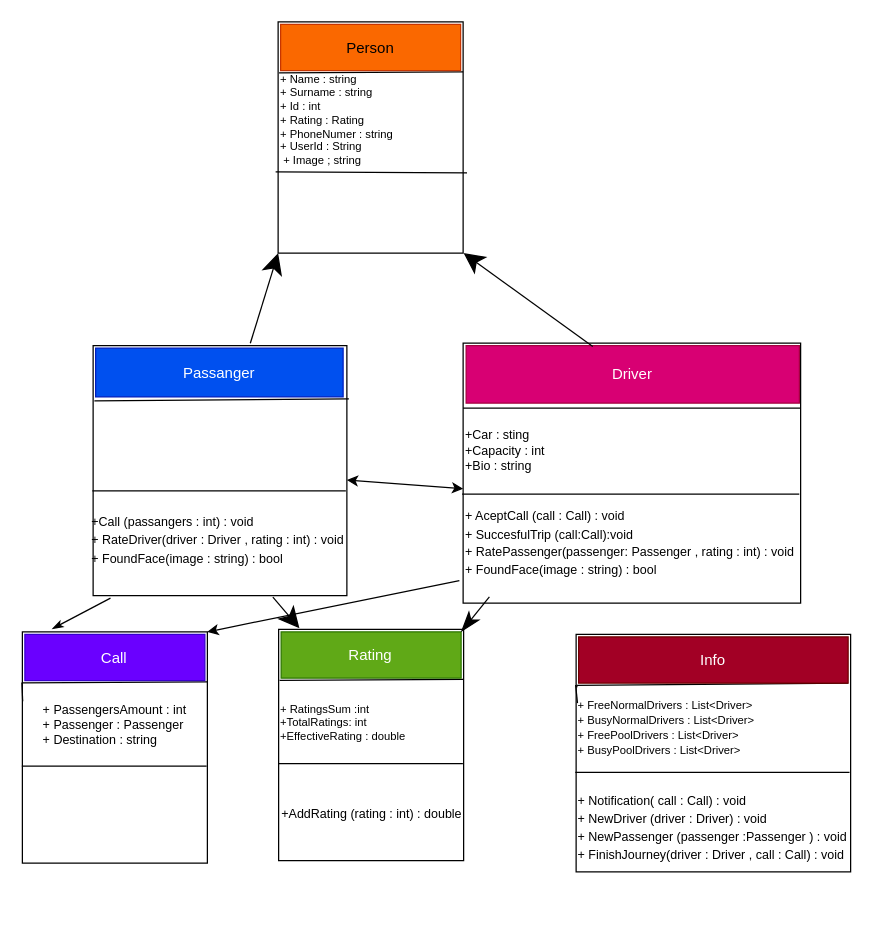
Earlier version of the draw.io diagram DiagramasUml.drawio (bugarin03/PII_TwitterApi). Source tidied: cells renumbered, new cells numbered last; positions are measured from the earlier drawing's top-left corner, leaving out a move shared by most shapes. Both pictures are drawn from the tidied source at 125%, with x=0, y=0 at pixel (21, 21).
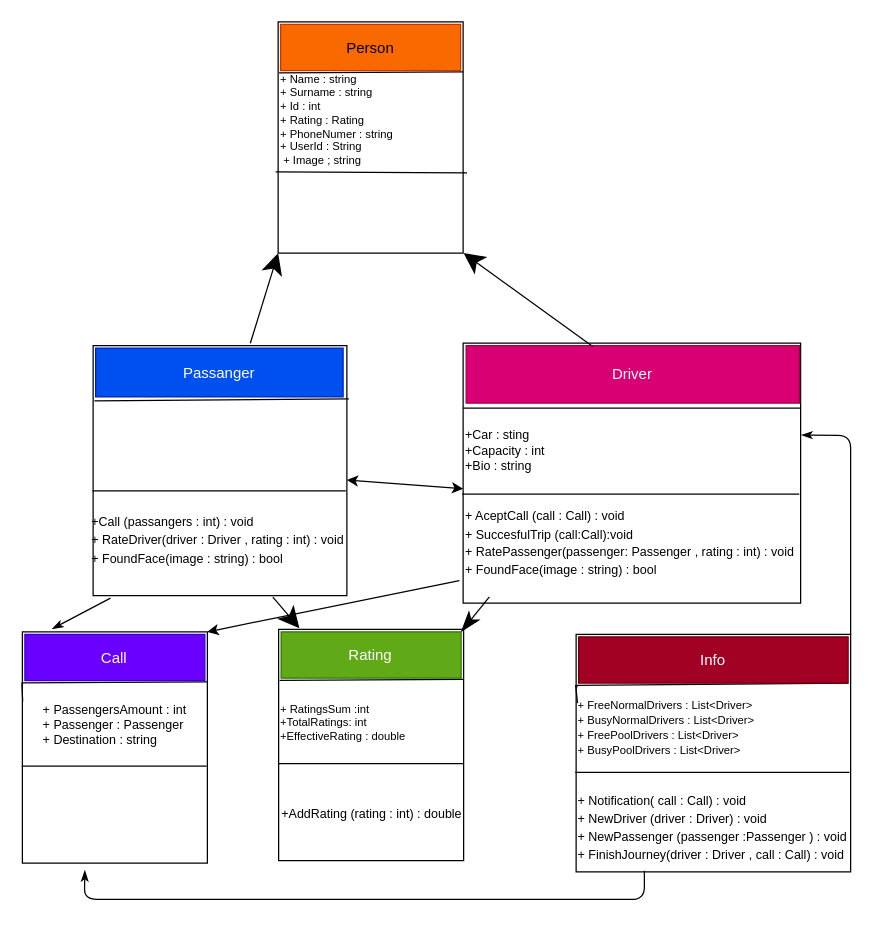
The same diagram, later.

The change refers to these unchanged cells:
```xml
<mxCell id="28" value="&lt;div&gt;&lt;span style=&quot;font-size: 10px&quot;&gt;+Car : sting&amp;nbsp;&lt;/span&gt;&lt;br&gt;&lt;/div&gt;&lt;div&gt;&lt;font style=&quot;font-size: 10px&quot;&gt;&lt;div&gt;+Capacity : int&lt;/div&gt;&lt;div&gt;+Bio : string&lt;/div&gt;&lt;div&gt;&lt;br style=&quot;font-size: 12px&quot;&gt;&lt;/div&gt;&lt;/font&gt;&lt;/div&gt;&lt;div&gt;&lt;font style=&quot;font-size: 10px&quot;&gt;&lt;br&gt;&lt;/font&gt;&lt;/div&gt;&lt;div&gt;&lt;font style=&quot;font-size: 10px&quot;&gt;+ AceptCall (call : Call) : void&lt;/font&gt;&lt;/div&gt;&lt;div&gt;&lt;font style=&quot;font-size: 10px&quot;&gt;+ SuccesfulTrip (call:Call):void&lt;/font&gt;&lt;/div&gt;&lt;span style=&quot;font-size: 10px&quot;&gt;+ RatePassenger(passenger: Passenger , rating : int) : void&lt;br&gt;&lt;/span&gt;&lt;span style=&quot;font-size: 10px&quot;&gt;+ FoundFace(image : string) : bool&lt;/span&gt;" style="text;html=1;strokeColor=none;fillColor=none;align=left;verticalAlign=middle;whiteSpace=wrap;rounded=0;" parent="1" vertex="1">
  <mxGeometry x="353" y="307" width="270" height="153" as="geometry" />
</mxCell>
<mxCell id="29" style="rounded=0;whiteSpace=wrap;html=1;hachureGap=4;gradientColor=none;fillColor=default;" parent="1" vertex="1">
  <mxGeometry x="443.4" y="490" width="219.6" height="190" as="geometry" />
</mxCell>
<mxCell id="34" value="&lt;span style=&quot;font-size: 10px&quot;&gt;+ Notification( call : Call) : void&lt;br&gt;+ NewDriver (driver : Driver) : void&lt;br&gt;&lt;/span&gt;&lt;span style=&quot;font-size: 10px&quot;&gt;+ NewPassenger (passenger :Passenger ) : void&lt;/span&gt;&lt;span style=&quot;font-size: 10px&quot;&gt;&lt;br&gt;+ FinishJourney(driver : Driver , call : Call) : void&lt;br&gt;&lt;/span&gt;" style="text;html=1;strokeColor=none;fillColor=none;align=left;verticalAlign=middle;whiteSpace=wrap;rounded=0;" parent="1" vertex="1">
  <mxGeometry x="443" y="608" width="220" height="71" as="geometry" />
</mxCell>
```

Change to the diagram source:
```diff
@@
+    <mxCell id="45" style="edgeStyle=none;html=1;exitX=1;exitY=0;exitDx=0;exitDy=0;entryX=1.002;entryY=0.154;entryDx=0;entryDy=0;entryPerimeter=0;startArrow=none;startFill=0;endArrow=classicThin;endFill=1;" parent="1" edge="1" source="29" target="28">
+      <mxGeometry relative="1" as="geometry">
+        <Array as="points">
+          <mxPoint x="663" y="331" />
+        </Array>
+      </mxGeometry>
+    </mxCell>
@@
+    <mxCell id="46" style="edgeStyle=none;html=1;exitX=0.25;exitY=1;exitDx=0;exitDy=0;startArrow=none;startFill=0;endArrow=classicThin;endFill=1;" parent="1" edge="1" source="34">
+      <mxGeometry relative="1" as="geometry">
+        <mxPoint x="50.4" y="678.8" as="targetPoint" />
+        <Array as="points">
+          <mxPoint x="498" y="702" />
+          <mxPoint x="50" y="702" />
+        </Array>
+      </mxGeometry>
+    </mxCell>
```
